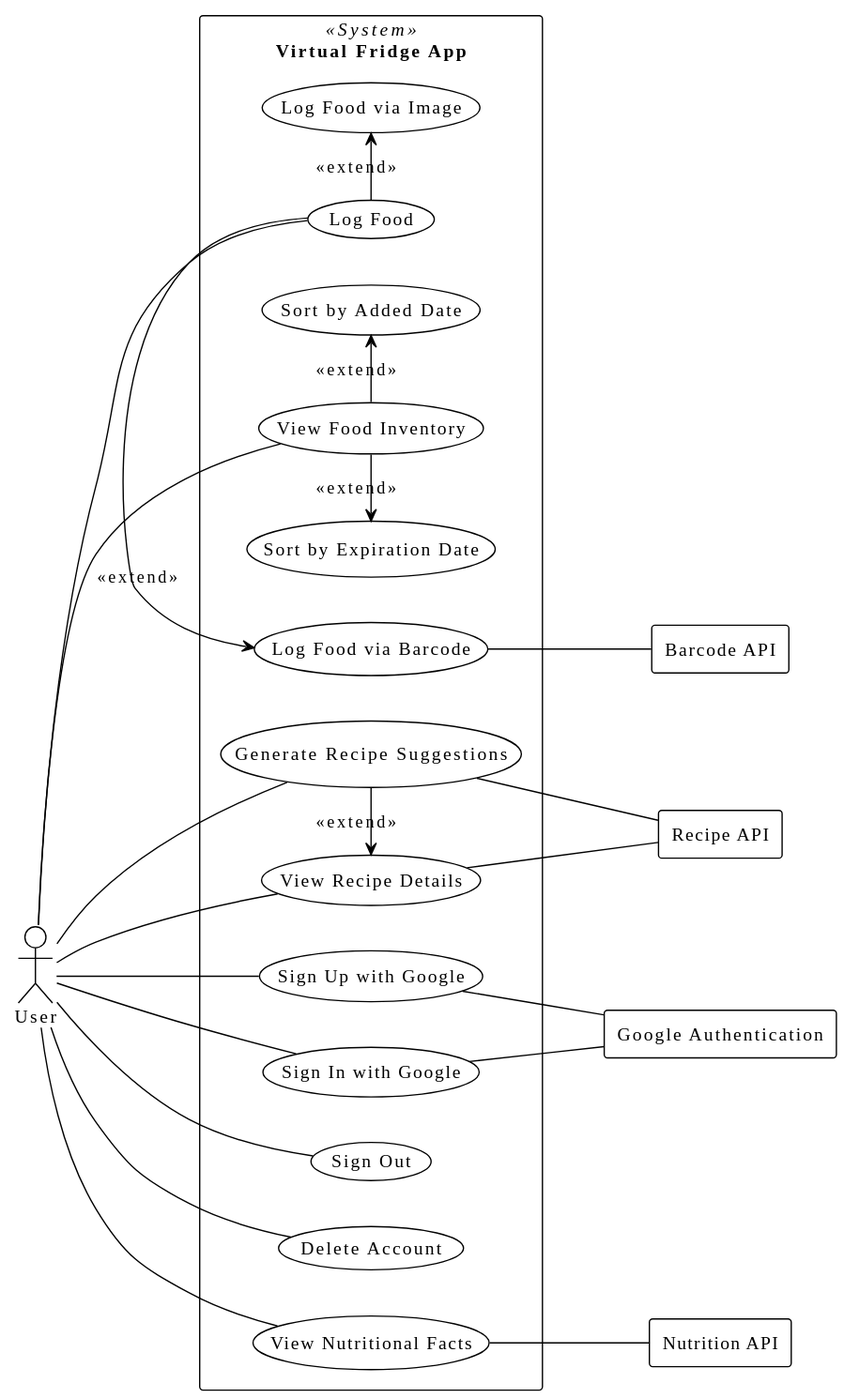
This is documentation/images/usecase.svg from virtualfridge/virtualfridge, a PlantUML export, as it was before one commit.
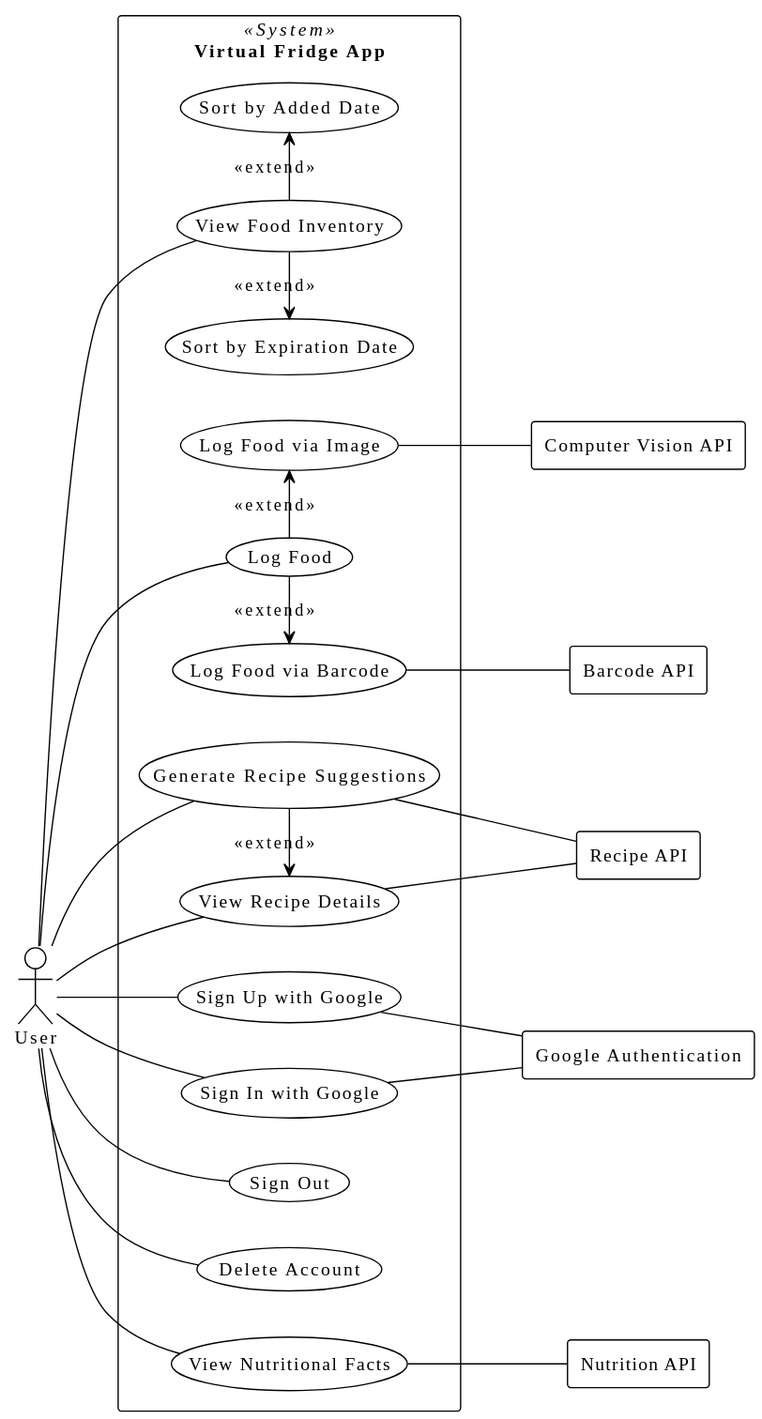
The same file after the commit.

Diff of the diagram source:
```diff
@@ -34,6 +34,8 @@
 rectangle barcodeApi as "Barcode API"
 rectangle recipeApi as "Recipe API"
 rectangle nutritionApi as "Nutrition API"
+rectangle ComputerVisionAPI as "Computer Vision API"
+
 
 User -- signUp
 User -- signIn
@@ -51,4 +53,5 @@
 genRecipes -- recipeApi
 viewRecipe -- recipeApi
 viewNutrition -- nutritionApi
+logImage -- ComputerVisionAPI
 @enduml
```
